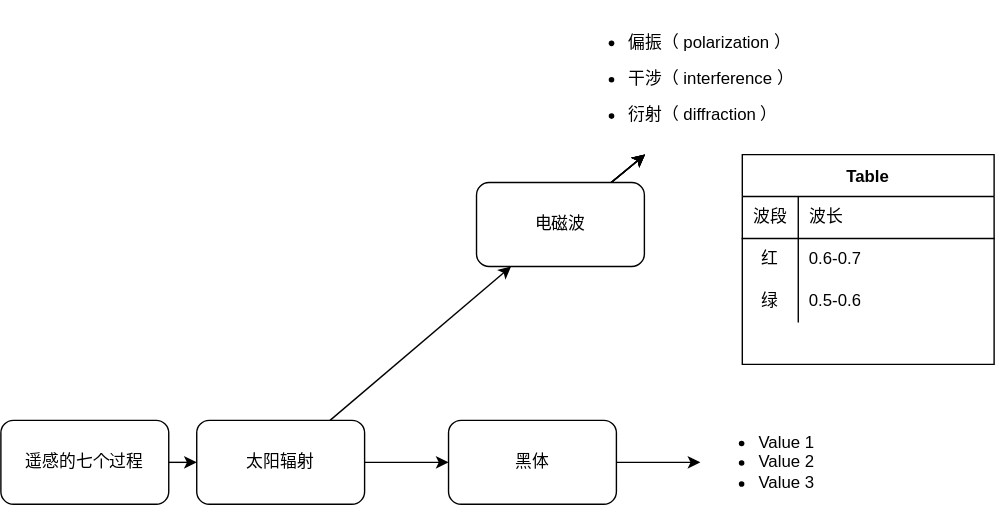
The draw.io diagram 遥感原理与应用/思维导图.drawio.svg in er134/Notes, before a commit. Source tidied: cells renumbered, new cells last; positions are measured from the earlier drawing's top-left corner, leaving out a move shared by most shapes. Its diagram source:
```xml
<mxGraphModel>
  <root>
    <mxCell id="0" />
    <mxCell id="1" parent="0" />
    <mxCell id="2" style="edgeStyle=none;html=1;" parent="1" edge="1" source="4" target="7">
      <mxGeometry relative="1" as="geometry" />
    </mxCell>
    <mxCell id="3" value="&lt;ul&gt;&lt;li&gt;偏振（&lt;span style=&quot;line-height: 26px ; text-align: justify&quot;&gt;&lt;span class=&quot;Apple-converted-space&quot;&gt;&amp;nbsp;&lt;/span&gt;polarization&lt;/span&gt;）&lt;/li&gt;&lt;li&gt;干涉（&lt;span style=&quot;line-height: 26px ; text-align: justify&quot;&gt;interference&lt;/span&gt;）&lt;/li&gt;&lt;li&gt;衍射（&lt;span style=&quot;line-height: 26px ; text-align: justify&quot;&gt;diffraction&lt;/span&gt;）&lt;/li&gt;&lt;/ul&gt;" style="text;strokeColor=none;fillColor=none;html=1;whiteSpace=wrap;verticalAlign=middle;overflow=hidden;horizontal=1;" parent="1" vertex="1">
      <mxGeometry x="407" width="240" height="110" as="geometry" />
    </mxCell>
    <mxCell id="4" value="遥感的七个过程" style="rounded=1;whiteSpace=wrap;html=1;" parent="1" vertex="1">
      <mxGeometry y="300" width="120" height="60" as="geometry" />
    </mxCell>
    <mxCell id="5" style="edgeStyle=none;html=1;" parent="1" edge="1" source="7" target="10">
      <mxGeometry relative="1" as="geometry" />
    </mxCell>
    <mxCell id="6" style="edgeStyle=none;html=1;" parent="1" edge="1" source="7" target="15">
      <mxGeometry relative="1" as="geometry" />
    </mxCell>
    <mxCell id="7" value="太阳辐射" style="rounded=1;whiteSpace=wrap;html=1;" parent="1" vertex="1">
      <mxGeometry x="140" y="300" width="120" height="60" as="geometry" />
    </mxCell>
    <mxCell id="8" value="&lt;ul&gt;&lt;li&gt;Value 1&lt;/li&gt;&lt;li&gt;Value 2&lt;/li&gt;&lt;li&gt;Value 3&lt;/li&gt;&lt;/ul&gt;" style="text;strokeColor=none;fillColor=none;html=1;whiteSpace=wrap;verticalAlign=middle;overflow=hidden;" parent="1" vertex="1">
      <mxGeometry x="500" y="290" width="100" height="80" as="geometry" />
    </mxCell>
    <mxCell id="9" style="edgeStyle=none;html=1;" parent="1" edge="1" source="10" target="8">
      <mxGeometry relative="1" as="geometry" />
    </mxCell>
    <mxCell id="10" value="黑体" style="whiteSpace=wrap;html=1;rounded=1;" parent="1" vertex="1">
      <mxGeometry x="320" y="300" width="120" height="60" as="geometry" />
    </mxCell>
    <mxCell id="11" style="edgeStyle=none;html=1;" parent="1" edge="1" source="15" target="3">
      <mxGeometry relative="1" as="geometry" />
    </mxCell>
    <mxCell id="12" style="edgeStyle=none;html=1;" parent="1" edge="1" source="15" target="3">
      <mxGeometry relative="1" as="geometry" />
    </mxCell>
    <mxCell id="13" style="edgeStyle=none;html=1;" parent="1" edge="1" source="15" target="3">
      <mxGeometry relative="1" as="geometry" />
    </mxCell>
    <mxCell id="14" style="edgeStyle=none;html=1;" parent="1" edge="1" source="15" target="3">
      <mxGeometry relative="1" as="geometry" />
    </mxCell>
    <mxCell id="15" value="电磁波" style="whiteSpace=wrap;html=1;rounded=1;" parent="1" vertex="1">
      <mxGeometry x="340" y="130" width="120" height="60" as="geometry" />
    </mxCell>
    <mxCell id="16" value="Table" style="shape=table;startSize=30;rowLines=0;fontStyle=1;align=center;" parent="1" vertex="1">
      <mxGeometry x="530" y="110" width="180" height="150" as="geometry" />
    </mxCell>
    <mxCell id="17" style="shape=partialRectangle;html=1;whiteSpace=wrap;fillColor=none;top=0;left=0;bottom=1;right=0;" parent="16" vertex="1">
      <mxGeometry y="30" width="180" height="30" as="geometry" />
    </mxCell>
    <mxCell id="18" value="波段" style="shape=partialRectangle;html=1;whiteSpace=wrap;fillColor=none;top=0;left=0;bottom=0;right=0;overflow=hidden;" parent="17" vertex="1">
      <mxGeometry width="40" height="30" as="geometry" />
    </mxCell>
    <mxCell id="19" value="波长" style="shape=partialRectangle;html=1;whiteSpace=wrap;fillColor=none;top=0;left=0;bottom=0;right=0;align=left;spacingLeft=6;overflow=hidden;" parent="17" vertex="1">
      <mxGeometry x="40" width="140" height="30" as="geometry" />
    </mxCell>
    <mxCell id="20" style="shape=partialRectangle;html=1;whiteSpace=wrap;fillColor=none;top=0;left=0;bottom=0;right=0;" parent="16" vertex="1">
      <mxGeometry y="60" width="180" height="30" as="geometry" />
    </mxCell>
    <mxCell id="21" value="红" style="shape=partialRectangle;html=1;whiteSpace=wrap;fillColor=none;top=0;left=0;bottom=0;right=0;overflow=hidden;" parent="20" vertex="1">
      <mxGeometry width="40" height="30" as="geometry" />
    </mxCell>
    <mxCell id="22" value="0.6-0.7" style="shape=partialRectangle;html=1;whiteSpace=wrap;fillColor=none;top=0;left=0;bottom=0;right=0;align=left;spacingLeft=6;overflow=hidden;" parent="20" vertex="1">
      <mxGeometry x="40" width="140" height="30" as="geometry" />
    </mxCell>
    <mxCell id="23" style="shape=partialRectangle;html=1;whiteSpace=wrap;fillColor=none;top=0;left=0;bottom=0;right=0;points=[[0,0.5],[1,0.5]];portConstraint=eastwest;" parent="16" vertex="1">
      <mxGeometry y="90" width="180" height="30" as="geometry" />
    </mxCell>
    <mxCell id="24" value="绿" style="shape=partialRectangle;html=1;whiteSpace=wrap;fillColor=none;top=0;left=0;bottom=0;right=0;overflow=hidden;" parent="23" vertex="1">
      <mxGeometry width="40" height="30" as="geometry" />
    </mxCell>
    <mxCell id="25" value="0.5-0.6" style="shape=partialRectangle;html=1;whiteSpace=wrap;fillColor=none;top=0;left=0;bottom=0;right=0;align=left;spacingLeft=6;overflow=hidden;" parent="23" vertex="1">
      <mxGeometry x="40" width="140" height="30" as="geometry" />
    </mxCell>
  </root>
</mxGraphModel>
```
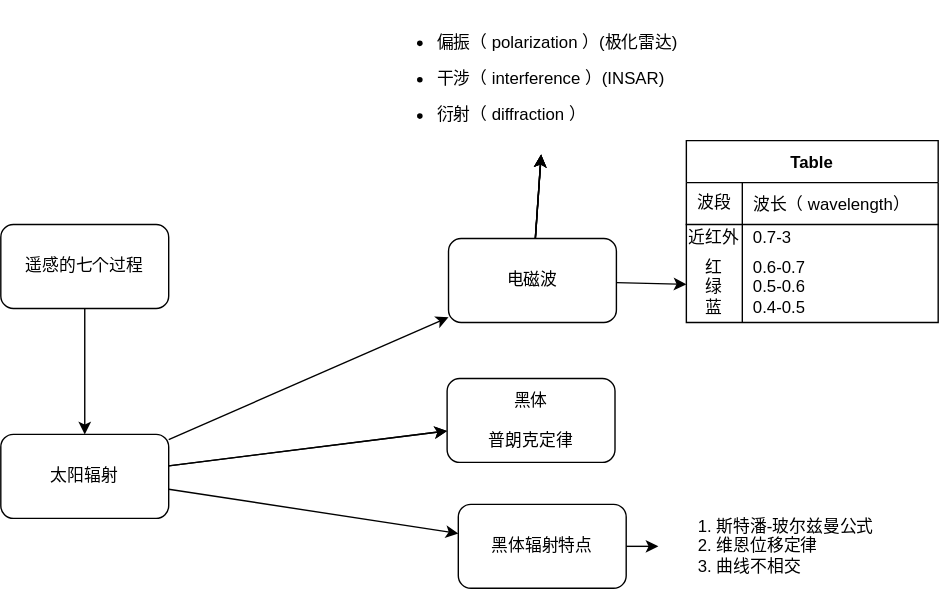
Above is the later version.

Change to the diagram source:
```diff
@@ -5,11 +5,11 @@
     <mxCell id="2" style="edgeStyle=none;html=1;" parent="1" edge="1" source="4" target="7">
       <mxGeometry relative="1" as="geometry" />
     </mxCell>
-    <mxCell id="3" value="&lt;ul&gt;&lt;li&gt;偏振（&lt;span style=&quot;line-height: 26px ; text-align: justify&quot;&gt;&lt;span class=&quot;Apple-converted-space&quot;&gt;&amp;nbsp;&lt;/span&gt;polarization&lt;/span&gt;）&lt;/li&gt;&lt;li&gt;干涉（&lt;span style=&quot;line-height: 26px ; text-align: justify&quot;&gt;interference&lt;/span&gt;）&lt;/li&gt;&lt;li&gt;衍射（&lt;span style=&quot;line-height: 26px ; text-align: justify&quot;&gt;diffraction&lt;/span&gt;）&lt;/li&gt;&lt;/ul&gt;" style="text;strokeColor=none;fillColor=none;html=1;whiteSpace=wrap;verticalAlign=middle;overflow=hidden;horizontal=1;" parent="1" vertex="1">
-      <mxGeometry x="407" width="240" height="110" as="geometry" />
+    <mxCell id="3" value="&lt;ul&gt;&lt;li&gt;偏振（&lt;span style=&quot;line-height: 26px ; text-align: justify&quot;&gt;&lt;span class=&quot;Apple-converted-space&quot;&gt;&amp;nbsp;&lt;/span&gt;polarization&lt;/span&gt;）(极化雷达)&lt;/li&gt;&lt;li&gt;干涉（&lt;span style=&quot;line-height: 26px ; text-align: justify&quot;&gt;interference&lt;/span&gt;）(INSAR)&lt;/li&gt;&lt;li&gt;衍射（&lt;span style=&quot;line-height: 26px ; text-align: justify&quot;&gt;diffraction&lt;/span&gt;）&lt;/li&gt;&lt;/ul&gt;" style="text;strokeColor=none;fillColor=none;html=1;whiteSpace=wrap;verticalAlign=middle;overflow=hidden;horizontal=1;" parent="1" vertex="1">
+      <mxGeometry x="290" y="10" width="240" height="110" as="geometry" />
     </mxCell>
     <mxCell id="4" value="遥感的七个过程" style="rounded=1;whiteSpace=wrap;html=1;" parent="1" vertex="1">
-      <mxGeometry y="300" width="120" height="60" as="geometry" />
+      <mxGeometry x="20" y="170" width="120" height="60" as="geometry" />
     </mxCell>
     <mxCell id="5" style="edgeStyle=none;html=1;" parent="1" edge="1" source="7" target="10">
       <mxGeometry relative="1" as="geometry" />
@@ -17,17 +17,17 @@
     <mxCell id="6" style="edgeStyle=none;html=1;" parent="1" edge="1" source="7" target="15">
       <mxGeometry relative="1" as="geometry" />
     </mxCell>
+    <mxCell id="26" style="edgeStyle=none;html=1;" parent="1" edge="1" source="7" target="10">
+      <mxGeometry relative="1" as="geometry" />
+    </mxCell>
+    <mxCell id="27" style="edgeStyle=none;html=1;" parent="1" edge="1" source="7" target="30">
+      <mxGeometry relative="1" as="geometry" />
+    </mxCell>
     <mxCell id="7" value="太阳辐射" style="rounded=1;whiteSpace=wrap;html=1;" parent="1" vertex="1">
-      <mxGeometry x="140" y="300" width="120" height="60" as="geometry" />
+      <mxGeometry x="20" y="320" width="120" height="60" as="geometry" />
     </mxCell>
-    <mxCell id="8" value="&lt;ul&gt;&lt;li&gt;Value 1&lt;/li&gt;&lt;li&gt;Value 2&lt;/li&gt;&lt;li&gt;Value 3&lt;/li&gt;&lt;/ul&gt;" style="text;strokeColor=none;fillColor=none;html=1;whiteSpace=wrap;verticalAlign=middle;overflow=hidden;" parent="1" vertex="1">
-      <mxGeometry x="500" y="290" width="100" height="80" as="geometry" />
-    </mxCell>
-    <mxCell id="9" style="edgeStyle=none;html=1;" parent="1" edge="1" source="10" target="8">
-      <mxGeometry relative="1" as="geometry" />
-    </mxCell>
-    <mxCell id="10" value="黑体" style="whiteSpace=wrap;html=1;rounded=1;" parent="1" vertex="1">
-      <mxGeometry x="320" y="300" width="120" height="60" as="geometry" />
+    <mxCell id="10" value="黑体&lt;br&gt;&lt;br&gt;普朗克定律" style="whiteSpace=wrap;html=1;rounded=1;" parent="1" vertex="1">
+      <mxGeometry x="339" y="280" width="120" height="60" as="geometry" />
     </mxCell>
     <mxCell id="11" style="edgeStyle=none;html=1;" parent="1" edge="1" source="15" target="3">
       <mxGeometry relative="1" as="geometry" />
@@ -41,11 +41,14 @@
     <mxCell id="14" style="edgeStyle=none;html=1;" parent="1" edge="1" source="15" target="3">
       <mxGeometry relative="1" as="geometry" />
     </mxCell>
+    <mxCell id="28" style="edgeStyle=none;html=1;" parent="1" edge="1" source="15" target="23">
+      <mxGeometry relative="1" as="geometry" />
+    </mxCell>
     <mxCell id="15" value="电磁波" style="whiteSpace=wrap;html=1;rounded=1;" parent="1" vertex="1">
-      <mxGeometry x="340" y="130" width="120" height="60" as="geometry" />
+      <mxGeometry x="340" y="180" width="120" height="60" as="geometry" />
     </mxCell>
     <mxCell id="16" value="Table" style="shape=table;startSize=30;rowLines=0;fontStyle=1;align=center;" parent="1" vertex="1">
-      <mxGeometry x="530" y="110" width="180" height="150" as="geometry" />
+      <mxGeometry x="510" y="110" width="180" height="130" as="geometry" />
     </mxCell>
     <mxCell id="17" style="shape=partialRectangle;html=1;whiteSpace=wrap;fillColor=none;top=0;left=0;bottom=1;right=0;" parent="16" vertex="1">
       <mxGeometry y="30" width="180" height="30" as="geometry" />
@@ -53,26 +56,35 @@
     <mxCell id="18" value="波段" style="shape=partialRectangle;html=1;whiteSpace=wrap;fillColor=none;top=0;left=0;bottom=0;right=0;overflow=hidden;" parent="17" vertex="1">
       <mxGeometry width="40" height="30" as="geometry" />
     </mxCell>
-    <mxCell id="19" value="波长" style="shape=partialRectangle;html=1;whiteSpace=wrap;fillColor=none;top=0;left=0;bottom=0;right=0;align=left;spacingLeft=6;overflow=hidden;" parent="17" vertex="1">
+    <mxCell id="19" value="波长（&lt;span style=&quot;line-height: 26px ; text-align: justify&quot;&gt;wavelength）&lt;/span&gt;" style="shape=partialRectangle;html=1;whiteSpace=wrap;fillColor=none;top=0;left=0;bottom=0;right=0;align=left;spacingLeft=6;overflow=hidden;" parent="17" vertex="1">
       <mxGeometry x="40" width="140" height="30" as="geometry" />
     </mxCell>
     <mxCell id="20" style="shape=partialRectangle;html=1;whiteSpace=wrap;fillColor=none;top=0;left=0;bottom=0;right=0;" parent="16" vertex="1">
-      <mxGeometry y="60" width="180" height="30" as="geometry" />
+      <mxGeometry y="60" width="180" height="20" as="geometry" />
     </mxCell>
-    <mxCell id="21" value="红" style="shape=partialRectangle;html=1;whiteSpace=wrap;fillColor=none;top=0;left=0;bottom=0;right=0;overflow=hidden;" parent="20" vertex="1">
-      <mxGeometry width="40" height="30" as="geometry" />
+    <mxCell id="21" value="近红外" style="shape=partialRectangle;html=1;whiteSpace=wrap;fillColor=none;top=0;left=0;bottom=0;right=0;overflow=hidden;" parent="20" vertex="1">
+      <mxGeometry width="40" height="20" as="geometry" />
     </mxCell>
-    <mxCell id="22" value="0.6-0.7" style="shape=partialRectangle;html=1;whiteSpace=wrap;fillColor=none;top=0;left=0;bottom=0;right=0;align=left;spacingLeft=6;overflow=hidden;" parent="20" vertex="1">
-      <mxGeometry x="40" width="140" height="30" as="geometry" />
+    <mxCell id="22" value="0.7-3" style="shape=partialRectangle;html=1;whiteSpace=wrap;fillColor=none;top=0;left=0;bottom=0;right=0;align=left;spacingLeft=6;overflow=hidden;" parent="20" vertex="1">
+      <mxGeometry x="40" width="140" height="20" as="geometry" />
     </mxCell>
     <mxCell id="23" style="shape=partialRectangle;html=1;whiteSpace=wrap;fillColor=none;top=0;left=0;bottom=0;right=0;points=[[0,0.5],[1,0.5]];portConstraint=eastwest;" parent="16" vertex="1">
-      <mxGeometry y="90" width="180" height="30" as="geometry" />
+      <mxGeometry y="80" width="180" height="50" as="geometry" />
     </mxCell>
-    <mxCell id="24" value="绿" style="shape=partialRectangle;html=1;whiteSpace=wrap;fillColor=none;top=0;left=0;bottom=0;right=0;overflow=hidden;" parent="23" vertex="1">
-      <mxGeometry width="40" height="30" as="geometry" />
+    <mxCell id="24" value="红&lt;br&gt;绿&lt;br&gt;蓝" style="shape=partialRectangle;html=1;whiteSpace=wrap;fillColor=none;top=0;left=0;bottom=0;right=0;overflow=hidden;" parent="23" vertex="1">
+      <mxGeometry width="40" height="50" as="geometry" />
     </mxCell>
-    <mxCell id="25" value="0.5-0.6" style="shape=partialRectangle;html=1;whiteSpace=wrap;fillColor=none;top=0;left=0;bottom=0;right=0;align=left;spacingLeft=6;overflow=hidden;" parent="23" vertex="1">
-      <mxGeometry x="40" width="140" height="30" as="geometry" />
+    <mxCell id="25" value="0.6-0.7&lt;br&gt;0.5-0.6&lt;br&gt;0.4-0.5" style="shape=partialRectangle;html=1;whiteSpace=wrap;fillColor=none;top=0;left=0;bottom=0;right=0;align=left;spacingLeft=6;overflow=hidden;" parent="23" vertex="1">
+      <mxGeometry x="40" width="140" height="50" as="geometry" />
     </mxCell>
+    <mxCell id="29" style="edgeStyle=none;html=1;" parent="1" edge="1" source="30" target="31">
+      <mxGeometry relative="1" as="geometry" />
+    </mxCell>
+    <mxCell id="30" value="黑体辐射特点" style="whiteSpace=wrap;html=1;rounded=1;" parent="1" vertex="1">
+      <mxGeometry x="347" y="370" width="120" height="60" as="geometry" />
+    </mxCell>
+    <mxCell id="31" value="&lt;ol&gt;&lt;li&gt;斯特潘-玻尔兹曼公式&lt;/li&gt;&lt;li&gt;维恩位移定律&lt;/li&gt;&lt;li&gt;曲线不相交&lt;/li&gt;&lt;/ol&gt;" style="text;strokeColor=none;fillColor=none;html=1;whiteSpace=wrap;verticalAlign=middle;overflow=hidden;" parent="1" vertex="1">
+      <mxGeometry x="490" y="360" width="170" height="80" as="geometry" />
+    </mxCell>
   </root>
 </mxGraphModel>
```
